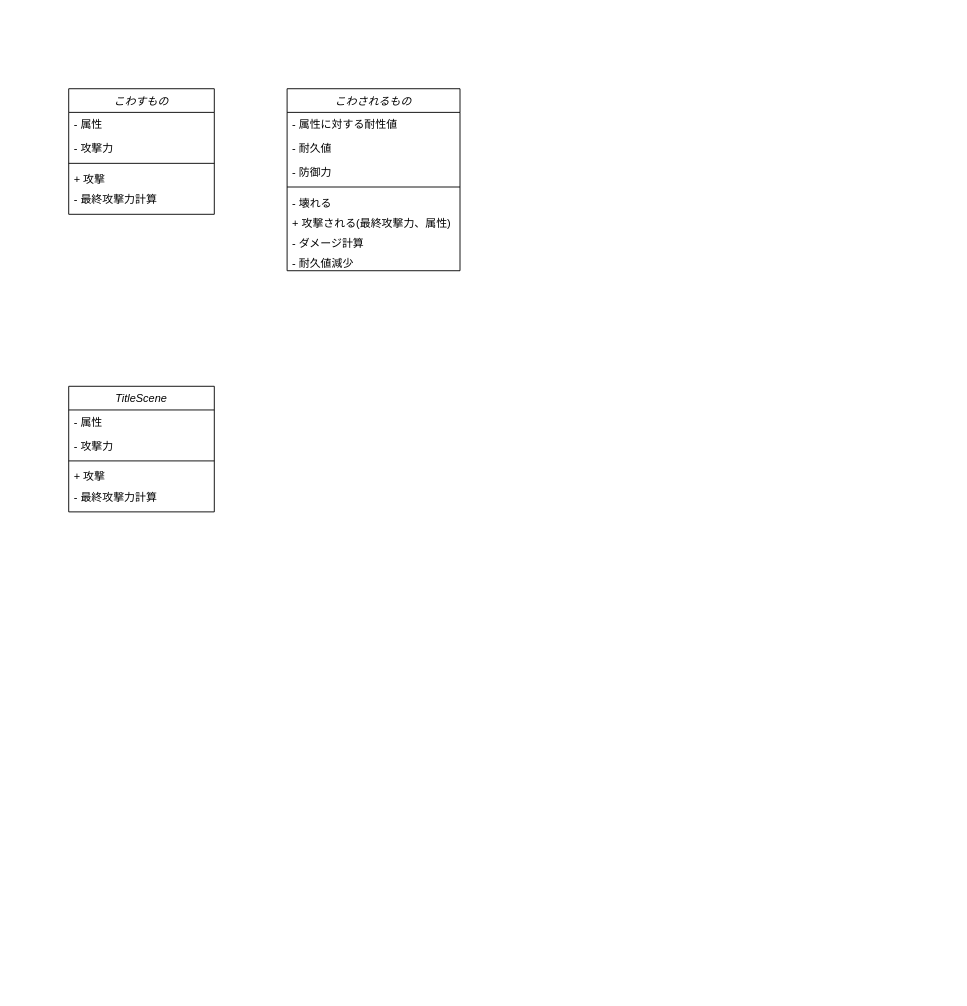
The draw.io diagram ClassDiagram/aramakifes2024.drawio in sobabouro/heyakowashi-game, before the edit. Source tidied: cells renumbered, new cells numbered last; positions are measured from the earlier drawing's top-left corner, leaving out a move shared by most shapes. Both pictures are drawn from the tidied source at 91%, with x=0, y=0 at pixel (68, 88).
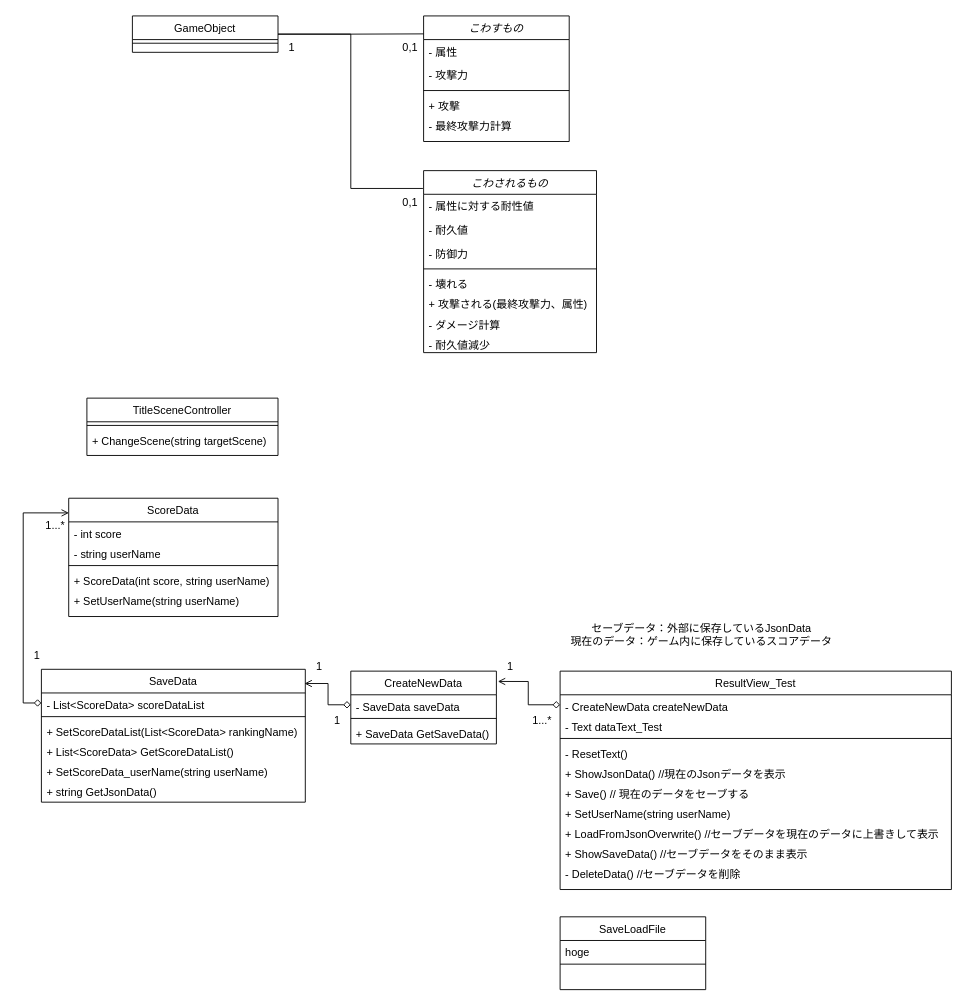
Above is the later version.

Commit message (it also covers changes not shown here):
セーブデータ周りのクラス図の作成

What changed in the source:
```diff
@@
     <mxCell id="2" value="こわすもの" style="swimlane;fontStyle=2;align=center;verticalAlign=top;horizontal=1;startSize=26;rounded=0;shadow=0;strokeWidth=1;" parent="1" vertex="1">
-      <mxGeometry width="160" height="138" as="geometry" />
+      <mxGeometry x="390" y="-80" width="160" height="138" as="geometry" />
     </mxCell>
@@
     <mxCell id="8" value="こわされるもの" style="swimlane;fontStyle=2;align=center;verticalAlign=top;horizontal=1;startSize=26;rounded=0;shadow=0;strokeWidth=1;" parent="1" vertex="1">
-      <mxGeometry x="240" width="190" height="200" as="geometry" />
+      <mxGeometry x="390" y="90" width="190" height="200" as="geometry" />
     </mxCell>
@@
-    <mxCell id="17" value="TitleScene" style="swimlane;fontStyle=2;align=center;verticalAlign=top;horizontal=1;startSize=26;rounded=0;shadow=0;strokeWidth=1;" parent="1" vertex="1">
-      <mxGeometry y="327" width="160" height="138" as="geometry" />
-    </mxCell>
-    <mxCell id="18" value="- 属性" style="text;align=left;verticalAlign=top;spacingLeft=4;spacingRight=4;overflow=hidden;" parent="17" vertex="1">
-      <mxGeometry y="26" width="160" height="26" as="geometry" />
-    </mxCell>
-    <mxCell id="19" value="- 攻撃力" style="text;align=left;verticalAlign=top;spacingLeft=4;spacingRight=4;overflow=hidden;rounded=0;shadow=0;html=0;" parent="17" vertex="1">
-      <mxGeometry y="52" width="160" height="26" as="geometry" />
-    </mxCell>
-    <mxCell id="20" style="line;html=1;strokeWidth=1;align=left;verticalAlign=middle;spacingTop=-1;spacingLeft=3;spacingRight=3;labelPosition=right;" parent="17" vertex="1">
-      <mxGeometry y="78" width="160" height="8" as="geometry" />
-    </mxCell>
-    <mxCell id="21" value="+ 攻撃" style="text;align=left;verticalAlign=top;spacingLeft=4;spacingRight=4;overflow=hidden;" parent="17" vertex="1">
-      <mxGeometry y="86" width="160" height="22" as="geometry" />
-    </mxCell>
-    <mxCell id="22" value="- 最終攻撃力計算" style="text;align=left;verticalAlign=top;spacingLeft=4;spacingRight=4;overflow=hidden;" parent="17" vertex="1">
-      <mxGeometry y="108" width="160" height="22" as="geometry" />
-    </mxCell>
+    <mxCell id="23" value="TitleSceneController" style="swimlane;fontStyle=0;align=center;verticalAlign=top;horizontal=1;startSize=26;rounded=0;shadow=0;strokeWidth=1;" parent="1" vertex="1">
+      <mxGeometry x="20" y="340" width="210" height="63" as="geometry" />
+    </mxCell>
+    <mxCell id="24" style="line;html=1;strokeWidth=1;align=left;verticalAlign=middle;spacingTop=-1;spacingLeft=3;spacingRight=3;labelPosition=right;" parent="23" vertex="1">
+      <mxGeometry y="26" width="210" height="8" as="geometry" />
+    </mxCell>
+    <mxCell id="25" value="+ ChangeScene(string targetScene)" style="text;align=left;verticalAlign=top;spacingLeft=4;spacingRight=4;overflow=hidden;" parent="23" vertex="1">
+      <mxGeometry y="34" width="210" height="22" as="geometry" />
+    </mxCell>
+    <mxCell id="26" value="SaveData" style="swimlane;fontStyle=0;align=center;verticalAlign=top;horizontal=1;startSize=26;rounded=0;shadow=0;strokeWidth=1;" parent="1" vertex="1">
+      <mxGeometry x="-30" y="638" width="290" height="146" as="geometry" />
+    </mxCell>
+    <mxCell id="27" value="- List&lt;ScoreData&gt; scoreDataList" style="text;align=left;verticalAlign=top;spacingLeft=4;spacingRight=4;overflow=hidden;points=[[0,0.5],[1,0.5]];portConstraint=eastwest;" parent="26" vertex="1">
+      <mxGeometry y="26" width="290" height="22" as="geometry" />
+    </mxCell>
+    <mxCell id="28" style="line;html=1;strokeWidth=1;align=left;verticalAlign=middle;spacingTop=-1;spacingLeft=3;spacingRight=3;labelPosition=right;" parent="26" vertex="1">
+      <mxGeometry y="48" width="290" height="8" as="geometry" />
+    </mxCell>
+    <mxCell id="29" value="+ SetScoreDataList(List&lt;ScoreData&gt; rankingName)" style="text;align=left;verticalAlign=top;spacingLeft=4;spacingRight=4;overflow=hidden;" parent="26" vertex="1">
+      <mxGeometry y="56" width="290" height="22" as="geometry" />
+    </mxCell>
+    <mxCell id="30" value="+ List&lt;ScoreData&gt; GetScoreDataList()" style="text;align=left;verticalAlign=top;spacingLeft=4;spacingRight=4;overflow=hidden;" parent="26" vertex="1">
+      <mxGeometry y="78" width="290" height="22" as="geometry" />
+    </mxCell>
+    <mxCell id="31" value="+ SetScoreData_userName(string userName)" style="text;align=left;verticalAlign=top;spacingLeft=4;spacingRight=4;overflow=hidden;" parent="26" vertex="1">
+      <mxGeometry y="100" width="290" height="22" as="geometry" />
+    </mxCell>
+    <mxCell id="32" value="+ string GetJsonData()" style="text;align=left;verticalAlign=top;spacingLeft=4;spacingRight=4;overflow=hidden;" parent="26" vertex="1">
+      <mxGeometry y="122" width="290" height="24" as="geometry" />
+    </mxCell>
+    <mxCell id="33" value="GameObject" style="swimlane;fontStyle=0;align=center;verticalAlign=top;horizontal=1;startSize=26;rounded=0;shadow=0;strokeWidth=1;" parent="1" vertex="1">
+      <mxGeometry x="70" y="-80" width="160" height="40" as="geometry" />
+    </mxCell>
+    <mxCell id="34" style="line;html=1;strokeWidth=1;align=left;verticalAlign=middle;spacingTop=-1;spacingLeft=3;spacingRight=3;labelPosition=right;" parent="33" vertex="1">
+      <mxGeometry y="26" width="160" height="8" as="geometry" />
+    </mxCell>
+    <mxCell id="35" style="edgeStyle=orthogonalEdgeStyle;rounded=0;jettySize=auto;html=1;exitX=1;exitY=0.5;exitDx=0;exitDy=0;entryX=0;entryY=0.143;entryDx=0;entryDy=0;entryPerimeter=0;strokeColor=default;endArrow=none;endFill=0;" parent="1" edge="1" source="33" target="2">
+      <mxGeometry relative="1" as="geometry" />
+    </mxCell>
+    <mxCell id="36" style="edgeStyle=orthogonalEdgeStyle;rounded=0;jettySize=auto;html=1;exitX=1;exitY=0.5;exitDx=0;exitDy=0;entryX=-0.004;entryY=0.098;entryDx=0;entryDy=0;entryPerimeter=0;endArrow=none;endFill=0;" parent="1" edge="1" source="33" target="8">
+      <mxGeometry relative="1" as="geometry" />
+    </mxCell>
+    <mxCell id="37" value="1" style="text;html=1;align=center;verticalAlign=middle;strokeColor=none;fillColor=none;" parent="1" vertex="1">
+      <mxGeometry x="230" y="-60" width="30" height="30" as="geometry" />
+    </mxCell>
+    <mxCell id="38" value="0,1" style="text;html=1;align=center;verticalAlign=middle;strokeColor=none;fillColor=none;" parent="1" vertex="1">
+      <mxGeometry x="355" y="-60" width="40" height="30" as="geometry" />
+    </mxCell>
+    <mxCell id="39" value="0,1" style="text;html=1;align=center;verticalAlign=middle;strokeColor=none;fillColor=none;" parent="1" vertex="1">
+      <mxGeometry x="355" y="110" width="40" height="30" as="geometry" />
+    </mxCell>
+    <mxCell id="40" value="CreateNewData" style="swimlane;fontStyle=0;align=center;verticalAlign=top;horizontal=1;startSize=26;rounded=0;shadow=0;strokeWidth=1;" parent="1" vertex="1">
+      <mxGeometry x="310" y="640" width="160" height="80" as="geometry" />
+    </mxCell>
+    <mxCell id="41" value="- SaveData saveData" style="text;align=left;verticalAlign=top;spacingLeft=4;spacingRight=4;overflow=hidden;points=[[0,0.5],[1,0.5]];portConstraint=eastwest;" parent="40" vertex="1">
+      <mxGeometry y="26" width="160" height="22" as="geometry" />
+    </mxCell>
+    <mxCell id="42" style="line;html=1;strokeWidth=1;align=left;verticalAlign=middle;spacingTop=-1;spacingLeft=3;spacingRight=3;labelPosition=right;" parent="40" vertex="1">
+      <mxGeometry y="48" width="160" height="8" as="geometry" />
+    </mxCell>
+    <mxCell id="43" value="+ SaveData GetSaveData()" style="text;align=left;verticalAlign=top;spacingLeft=4;spacingRight=4;overflow=hidden;" parent="40" vertex="1">
+      <mxGeometry y="56" width="160" height="22" as="geometry" />
+    </mxCell>
+    <mxCell id="44" style="edgeStyle=orthogonalEdgeStyle;rounded=0;jettySize=auto;html=1;entryX=0.997;entryY=0.107;entryDx=0;entryDy=0;entryPerimeter=0;endArrow=open;endFill=0;startArrow=diamond;startFill=0;exitX=0;exitY=0.5;exitDx=0;exitDy=0;" parent="1" edge="1" source="41" target="26">
+      <mxGeometry relative="1" as="geometry" />
+    </mxCell>
+    <mxCell id="45" value="ScoreData" style="swimlane;fontStyle=0;align=center;verticalAlign=top;horizontal=1;startSize=26;rounded=0;shadow=0;strokeWidth=1;" parent="1" vertex="1">
+      <mxGeometry y="450" width="230" height="130" as="geometry" />
+    </mxCell>
+    <mxCell id="46" value="- int score" style="text;align=left;verticalAlign=top;spacingLeft=4;spacingRight=4;overflow=hidden;" parent="45" vertex="1">
+      <mxGeometry y="26" width="230" height="22" as="geometry" />
+    </mxCell>
+    <mxCell id="47" value="- string userName" style="text;align=left;verticalAlign=top;spacingLeft=4;spacingRight=4;overflow=hidden;" parent="45" vertex="1">
+      <mxGeometry y="48" width="230" height="22" as="geometry" />
+    </mxCell>
+    <mxCell id="48" style="line;html=1;strokeWidth=1;align=left;verticalAlign=middle;spacingTop=-1;spacingLeft=3;spacingRight=3;labelPosition=right;" parent="45" vertex="1">
+      <mxGeometry y="70" width="230" height="8" as="geometry" />
+    </mxCell>
+    <mxCell id="49" value="+ ScoreData(int score, string userName)" style="text;align=left;verticalAlign=top;spacingLeft=4;spacingRight=4;overflow=hidden;" parent="45" vertex="1">
+      <mxGeometry y="78" width="230" height="22" as="geometry" />
+    </mxCell>
+    <mxCell id="50" value="+ SetUserName(string userName)" style="text;align=left;verticalAlign=top;spacingLeft=4;spacingRight=4;overflow=hidden;" parent="45" vertex="1">
+      <mxGeometry y="100" width="230" height="20" as="geometry" />
+    </mxCell>
+    <mxCell id="51" style="edgeStyle=orthogonalEdgeStyle;rounded=0;jettySize=auto;html=1;exitX=0;exitY=0.5;exitDx=0;exitDy=0;entryX=0.001;entryY=0.124;entryDx=0;entryDy=0;entryPerimeter=0;endArrow=open;endFill=0;startArrow=diamond;startFill=0;" parent="1" edge="1" source="27" target="45">
+      <mxGeometry relative="1" as="geometry" />
+    </mxCell>
+    <mxCell id="52" value="ResultView_Test" style="swimlane;fontStyle=0;align=center;verticalAlign=top;horizontal=1;startSize=26;rounded=0;shadow=0;strokeWidth=1;" parent="1" vertex="1">
+      <mxGeometry x="540" y="640" width="430" height="240" as="geometry" />
+    </mxCell>
+    <mxCell id="53" value="- CreateNewData createNewData" style="text;align=left;verticalAlign=top;spacingLeft=4;spacingRight=4;overflow=hidden;points=[[0,0.5],[1,0.5]];portConstraint=eastwest;" parent="52" vertex="1">
+      <mxGeometry y="26" width="430" height="22" as="geometry" />
+    </mxCell>
+    <mxCell id="54" value="- Text dataText_Test" style="text;align=left;verticalAlign=top;spacingLeft=4;spacingRight=4;overflow=hidden;" parent="52" vertex="1">
+      <mxGeometry y="48" width="430" height="22" as="geometry" />
+    </mxCell>
+    <mxCell id="55" style="line;html=1;strokeWidth=1;align=left;verticalAlign=middle;spacingTop=-1;spacingLeft=3;spacingRight=3;labelPosition=right;" parent="52" vertex="1">
+      <mxGeometry y="70" width="430" height="8" as="geometry" />
+    </mxCell>
+    <mxCell id="56" value="- ResetText()" style="text;align=left;verticalAlign=top;spacingLeft=4;spacingRight=4;overflow=hidden;" parent="52" vertex="1">
+      <mxGeometry y="78" width="430" height="22" as="geometry" />
+    </mxCell>
+    <mxCell id="57" value="+ ShowJsonData() //現在のJsonデータを表示" style="text;align=left;verticalAlign=top;spacingLeft=4;spacingRight=4;overflow=hidden;" parent="52" vertex="1">
+      <mxGeometry y="100" width="430" height="22" as="geometry" />
+    </mxCell>
+    <mxCell id="58" value="+ Save() // 現在のデータをセーブする" style="text;align=left;verticalAlign=top;spacingLeft=4;spacingRight=4;overflow=hidden;" parent="52" vertex="1">
+      <mxGeometry y="122" width="430" height="22" as="geometry" />
+    </mxCell>
+    <mxCell id="59" value="+ SetUserName(string userName)" style="text;align=left;verticalAlign=top;spacingLeft=4;spacingRight=4;overflow=hidden;" parent="52" vertex="1">
+      <mxGeometry y="144" width="430" height="22" as="geometry" />
+    </mxCell>
+    <mxCell id="60" value="+ LoadFromJsonOverwrite() //セーブデータを現在のデータに上書きして表示" style="text;align=left;verticalAlign=top;spacingLeft=4;spacingRight=4;overflow=hidden;" parent="52" vertex="1">
+      <mxGeometry y="166" width="430" height="22" as="geometry" />
+    </mxCell>
+    <mxCell id="61" value="+ ShowSaveData() //セーブデータをそのまま表示" style="text;align=left;verticalAlign=top;spacingLeft=4;spacingRight=4;overflow=hidden;" parent="52" vertex="1">
+      <mxGeometry y="188" width="430" height="22" as="geometry" />
+    </mxCell>
+    <mxCell id="62" value="- DeleteData() //セーブデータを削除" style="text;align=left;verticalAlign=top;spacingLeft=4;spacingRight=4;overflow=hidden;" parent="52" vertex="1">
+      <mxGeometry y="210" width="430" height="22" as="geometry" />
+    </mxCell>
+    <mxCell id="63" style="edgeStyle=orthogonalEdgeStyle;rounded=0;jettySize=auto;html=1;exitX=0;exitY=0.5;exitDx=0;exitDy=0;entryX=1.01;entryY=0.142;entryDx=0;entryDy=0;entryPerimeter=0;endArrow=open;endFill=0;startArrow=diamond;startFill=0;" parent="1" edge="1" source="53" target="40">
+      <mxGeometry relative="1" as="geometry" />
+    </mxCell>
+    <mxCell id="64" value="セーブデータ：外部に保存しているJsonData&lt;div&gt;現在のデータ：ゲーム内に保存しているスコアデータ&lt;/div&gt;" style="text;html=1;align=center;verticalAlign=middle;strokeColor=none;fillColor=none;" parent="1" vertex="1">
+      <mxGeometry x="540" y="580" width="310" height="40" as="geometry" />
+    </mxCell>
+    <mxCell id="65" value="SaveLoadFile" style="swimlane;fontStyle=0;align=center;verticalAlign=top;horizontal=1;startSize=26;rounded=0;shadow=0;strokeWidth=1;" parent="1" vertex="1">
+      <mxGeometry x="540" y="910" width="160" height="80" as="geometry" />
+    </mxCell>
+    <mxCell id="66" value="hoge" style="text;align=left;verticalAlign=top;spacingLeft=4;spacingRight=4;overflow=hidden;" parent="65" vertex="1">
+      <mxGeometry y="26" width="160" height="22" as="geometry" />
+    </mxCell>
+    <mxCell id="67" style="line;html=1;strokeWidth=1;align=left;verticalAlign=middle;spacingTop=-1;spacingLeft=3;spacingRight=3;labelPosition=right;" parent="65" vertex="1">
+      <mxGeometry y="48" width="160" height="8" as="geometry" />
+    </mxCell>
+    <mxCell id="68" value="1" style="text;html=1;align=center;verticalAlign=middle;strokeColor=none;fillColor=none;" parent="1" vertex="1">
+      <mxGeometry x="-50" y="608" width="30" height="30" as="geometry" />
+    </mxCell>
+    <mxCell id="69" value="1...*" style="text;html=1;align=center;verticalAlign=middle;strokeColor=none;fillColor=none;" parent="1" vertex="1">
+      <mxGeometry x="-35" y="465" width="40" height="30" as="geometry" />
+    </mxCell>
+    <mxCell id="70" value="1" style="text;html=1;align=center;verticalAlign=middle;strokeColor=none;fillColor=none;" parent="1" vertex="1">
+      <mxGeometry x="280" y="680" width="30" height="30" as="geometry" />
+    </mxCell>
+    <mxCell id="71" value="1" style="text;html=1;align=center;verticalAlign=middle;strokeColor=none;fillColor=none;" parent="1" vertex="1">
+      <mxGeometry x="260" y="620" width="30" height="30" as="geometry" />
+    </mxCell>
+    <mxCell id="72" value="1" style="text;html=1;align=center;verticalAlign=middle;strokeColor=none;fillColor=none;" parent="1" vertex="1">
+      <mxGeometry x="470" y="620" width="30" height="30" as="geometry" />
+    </mxCell>
+    <mxCell id="73" value="1...*" style="text;html=1;align=center;verticalAlign=middle;strokeColor=none;fillColor=none;" parent="1" vertex="1">
+      <mxGeometry x="500" y="680" width="40" height="30" as="geometry" />
+    </mxCell>
```
